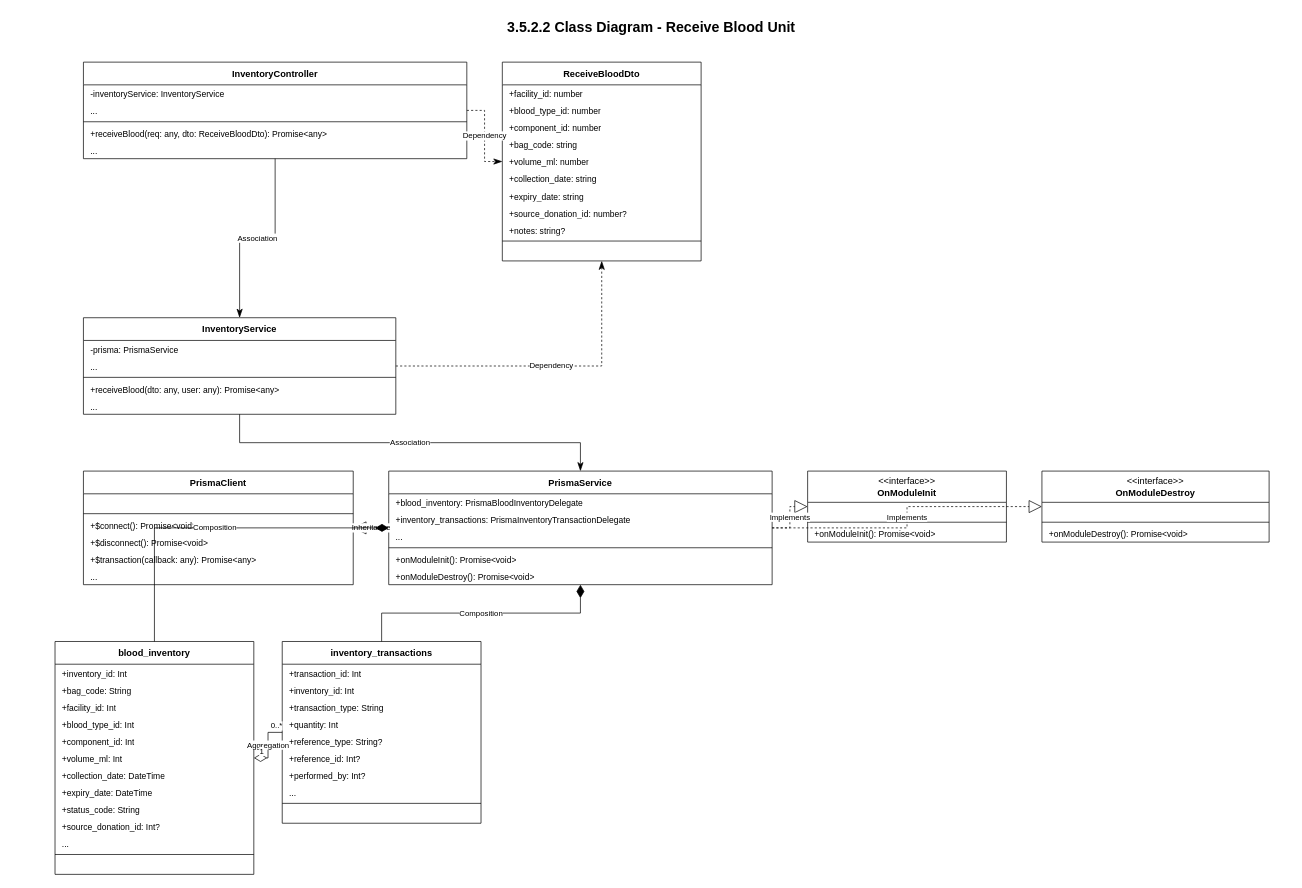
Earlier version of the draw.io diagram page "Receive Blood Unit" (3 of 6) of inventory_all_class_diagrams.drawio (CuongBC195/class-diagram-donation-blood). Source tidied: cells renumbered, new cells numbered last; positions are measured from the earlier drawing's top-left corner, leaving out a move shared by most shapes. Both pictures are drawn from the tidied source at 71%, with x=0, y=0 at pixel (12, 12).
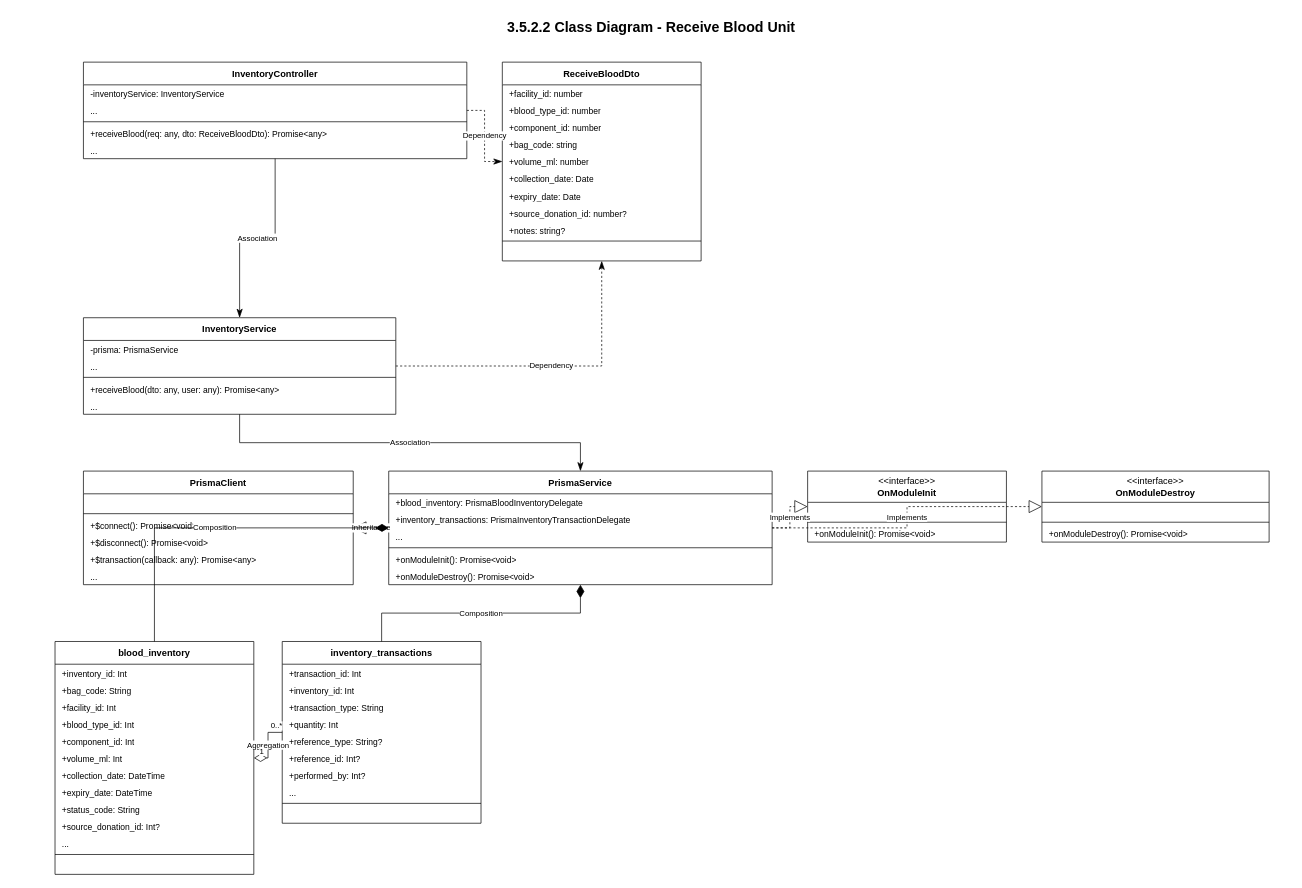
After the change.

The change refers to these unchanged cells:
```xml
<mxCell id="9" value="&lt;b&gt;ReceiveBloodDto&lt;/b&gt;" style="swimlane;fontStyle=0;horizontal=1;startSize=32;whiteSpace=wrap;html=1;fillColor=#ffffff;strokeColor=#000000;swimlaneFillColor=#ffffff;fontColor=#000000;fontFamily=Arial;fontSize=13;" parent="1" vertex="1">
  <mxGeometry x="690" y="70" width="280" height="280" as="geometry" />
</mxCell>
```

What changed in the source:
```diff
@@
-    <mxCell id="15" value="+collection_date: string" style="text;strokeColor=none;fillColor=none;align=left;verticalAlign=top;spacingLeft=8;spacingRight=8;overflow=hidden;whiteSpace=wrap;html=1;fontFamily=Arial;fontSize=12;fontColor=#000000;" parent="9" vertex="1">
+    <mxCell id="15" value="+collection_date: Date" style="text;strokeColor=none;fillColor=none;align=left;verticalAlign=top;spacingLeft=8;spacingRight=8;overflow=hidden;whiteSpace=wrap;html=1;fontFamily=Arial;fontSize=12;fontColor=#000000;" parent="9" vertex="1">
       <mxGeometry y="152" width="280" height="24" as="geometry" />
     </mxCell>
-    <mxCell id="16" value="+expiry_date: string" style="text;strokeColor=none;fillColor=none;align=left;verticalAlign=top;spacingLeft=8;spacingRight=8;overflow=hidden;whiteSpace=wrap;html=1;fontFamily=Arial;fontSize=12;fontColor=#000000;" parent="9" vertex="1">
+    <mxCell id="16" value="+expiry_date: Date" style="text;strokeColor=none;fillColor=none;align=left;verticalAlign=top;spacingLeft=8;spacingRight=8;overflow=hidden;whiteSpace=wrap;html=1;fontFamily=Arial;fontSize=12;fontColor=#000000;" parent="9" vertex="1">
       <mxGeometry y="176" width="280" height="24" as="geometry" />
     </mxCell>
```
